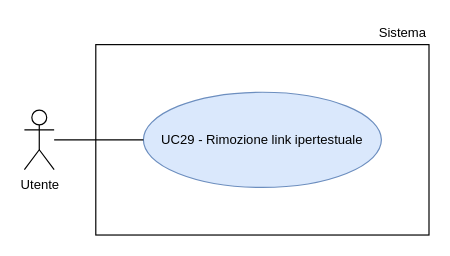
This is RTB/doc_esterna/analisi-dei-requisiti/assets/draw.io/UC29.drawio from thebitless-group-swe/thebitless.github.io, a draw.io file, before an edit. Source tidied: cells renumbered, new cells numbered last; positions are measured from the earlier drawing's top-left corner, leaving out a move shared by most shapes. Both pictures are drawn from the tidied source at 119%, with x=0, y=0 at pixel (24, 20).
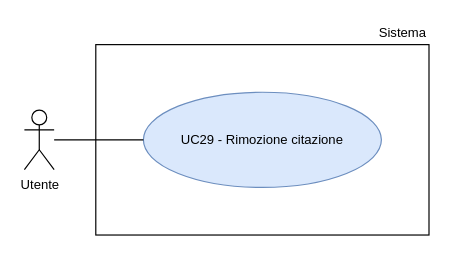
Above is the later version.

The edit, as a diff of the source:
```diff
@@
 <mxGraphModel>
   <root>
     <mxCell id="0" />
     <mxCell id="1" parent="0" />
     <mxCell id="2" value="Utente" style="shape=umlActor;verticalLabelPosition=bottom;verticalAlign=top;html=1;outlineConnect=0;fontSize=11;" parent="1" vertex="1">
       <mxGeometry y="75" width="25" height="50" as="geometry" />
     </mxCell>
     <mxCell id="3" style="rounded=0;whiteSpace=wrap;html=1;strokeWidth=1;" parent="1" vertex="1">
       <mxGeometry x="60" y="20" width="280" height="160" as="geometry" />
     </mxCell>
     <mxCell id="4" value="Sistema" style="text;html=1;whiteSpace=wrap;strokeColor=none;fillColor=none;align=right;verticalAlign=middle;fontSize=11;" parent="1" vertex="1">
       <mxGeometry x="270" width="70" height="20" as="geometry" />
     </mxCell>
-    <mxCell id="5" value="UC29 - Rimozione link ipertestuale" style="ellipse;whiteSpace=wrap;html=1;fillColor=#dae8fc;strokeColor=#6c8ebf;fontSize=11;" parent="1" vertex="1">
+    <mxCell id="5" value="UC29 - Rimozione citazione" style="ellipse;whiteSpace=wrap;html=1;fillColor=#dae8fc;strokeColor=#6c8ebf;fontSize=11;" parent="1" vertex="1">
       <mxGeometry x="100" y="60" width="200" height="80" as="geometry" />
     </mxCell>
     <mxCell id="6" style="edgeStyle=none;rounded=0;jettySize=auto;html=1;endArrow=none;endFill=0;" parent="1" edge="1" source="2" target="5">
       <mxGeometry relative="1" as="geometry" />
     </mxCell>
   </root>
 </mxGraphModel>
```
